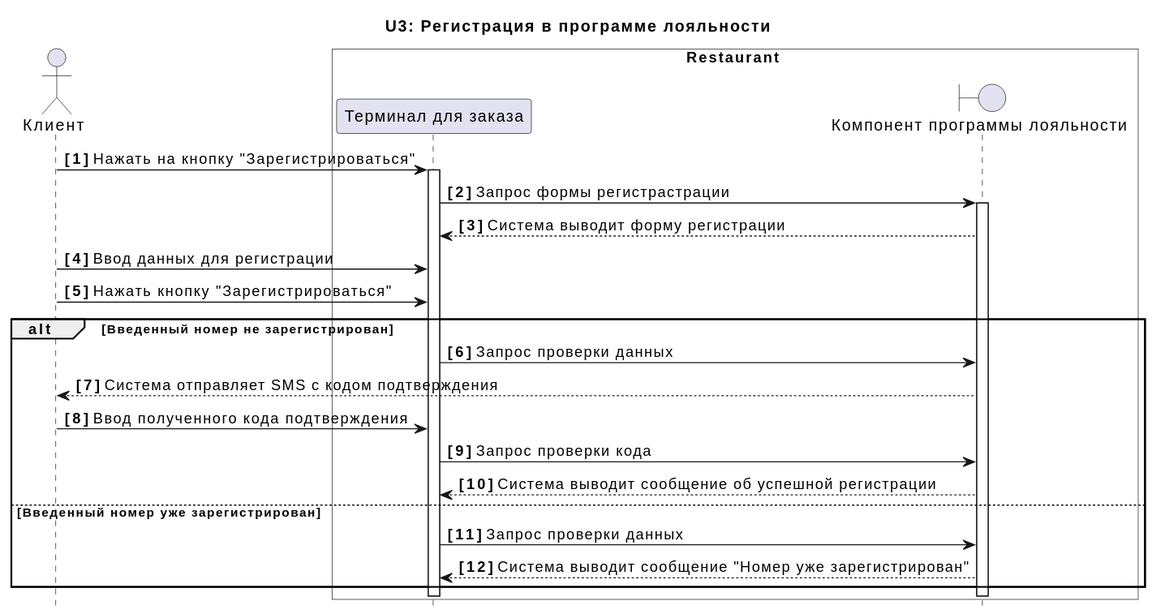
The PlantUML diagram docs/diagrams/include/UC3.svg in xxx996/OTUS_Restaraunt, before a commit.
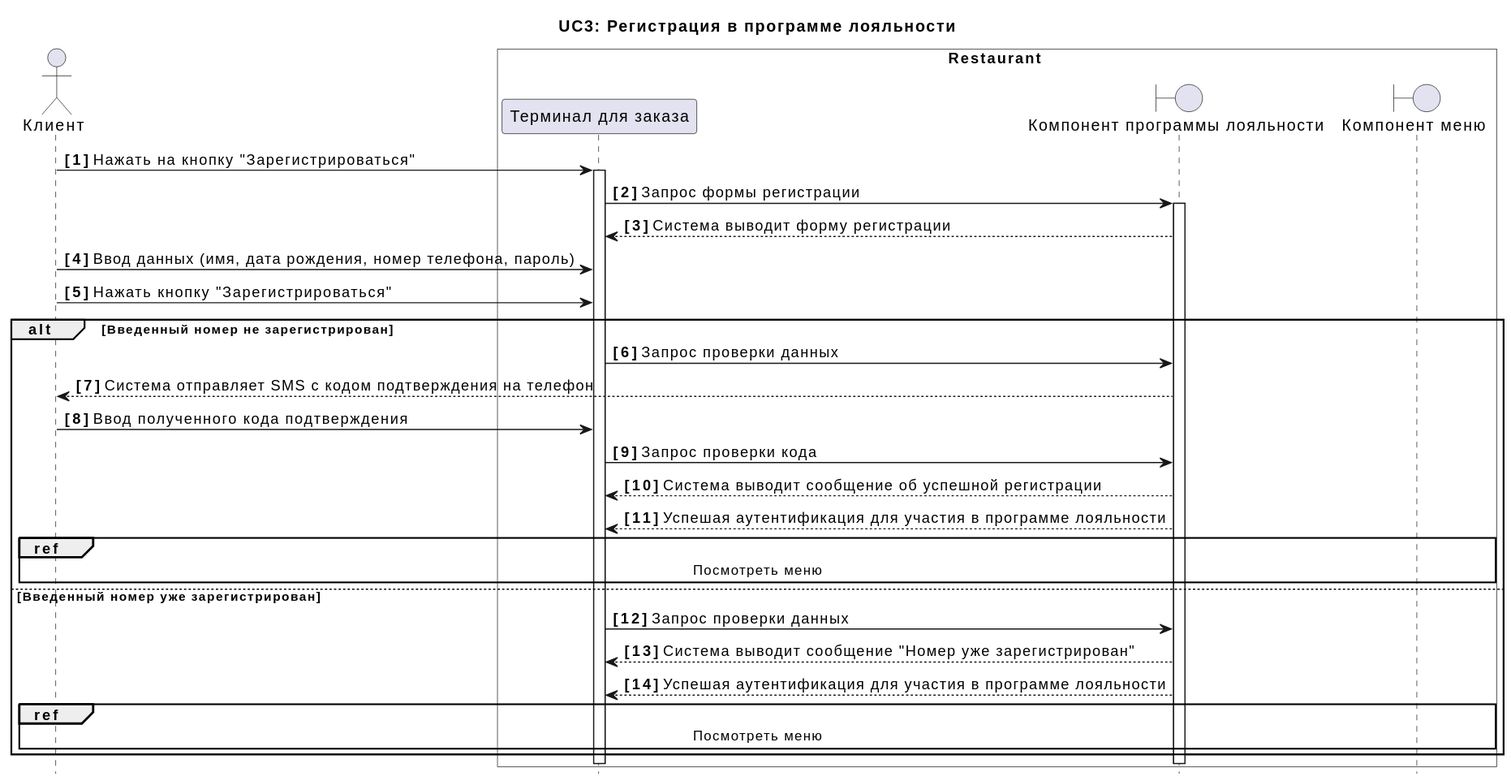
Above is the later version.

Diff of the diagram source:
```diff
@@ -1,35 +1,39 @@
 @startuml
 actor "Клиент" as C
 
-title U3: Регистрация в программе лояльности
+title UC3: Регистрация в программе лояльности
 box Restaurant #Transparent
 participant  "Терминал для заказа" as A
 boundary "Компонент программы лояльности" as L
+boundary "Компонент меню" as F
 
 end box
 hide footbox
 autonumber "<b>[0]"
 
 C -> A++:  Нажать на кнопку "Зарегистрироваться"
-A -> L++:  Запрос формы регистрастрации
+A -> L++:  Запрос формы регистрации
 L --> A:  Система выводит форму регистрации
-C -> A:  Ввод данных для регистрации
+C -> A:  Ввод данных (имя, дата рождения, номер телефона, пароль)
 C -> A:  Нажать кнопку "Зарегистрироваться"
 
 
 alt Введенный номер не зарегистрирован
 
 A -> L:  Запрос проверки данных
-L --> C:  Система отправляет SMS с кодом подтверждения
+L --> C:  Система отправляет SMS с кодом подтверждения на телефон
 C -> A:  Ввод полученного кода подтверждения
 A -> L:  Запрос проверки кода
 L --> A:  Система выводит сообщение об успешной регистрации
+L --> A:  Успешая аутентификация для участия в программе лояльности
+ref over C, F:  Посмотреть меню
 
 else Введенный номер уже зарегистрирован
 
 A -> L:  Запрос проверки данных
 L --> A:  Система выводит сообщение "Номер уже зарегистрирован"
-
+L --> A:  Успешая аутентификация для участия в программе лояльности
+ref over C, F:  Посмотреть меню
 
 
 end
```
